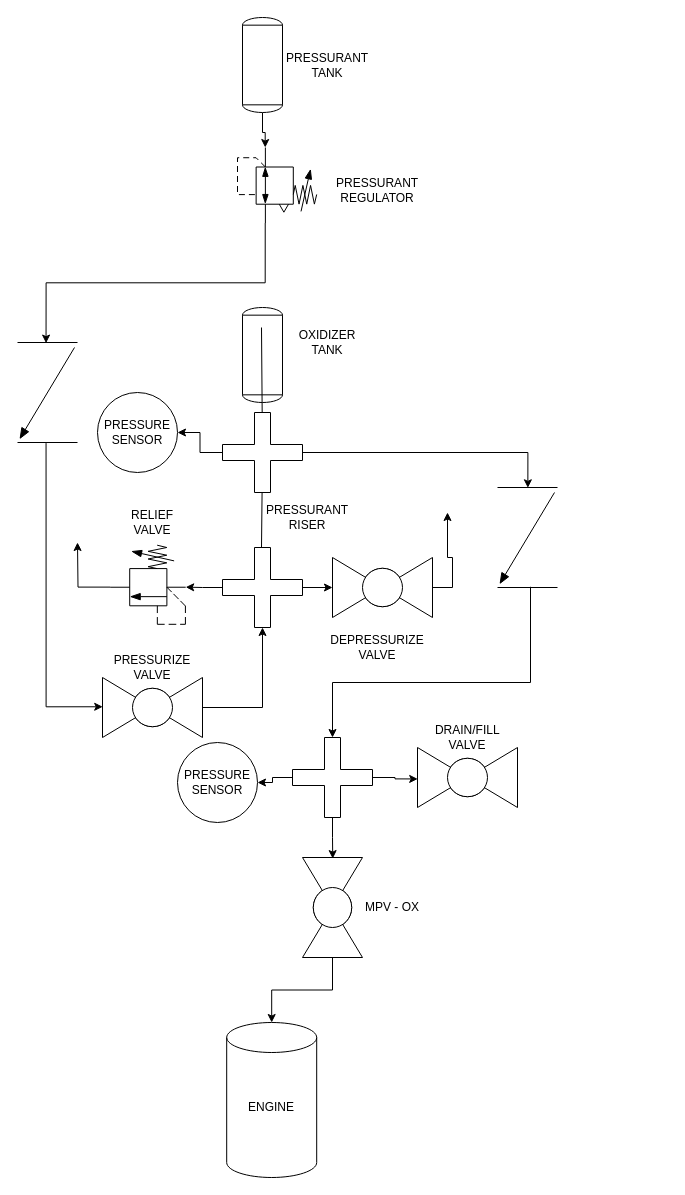
This is ZEPHYR-X1000.drawio from jaredhumphreys3141/ZEPHYR-X1000, a draw.io file, before an edit. Source tidied: cells renumbered, new cells numbered last; positions are measured from the earlier drawing's top-left corner, leaving out a move shared by most shapes. Both pictures are drawn from the tidied source at 100%, with x=0, y=0 at pixel (-3, 17).
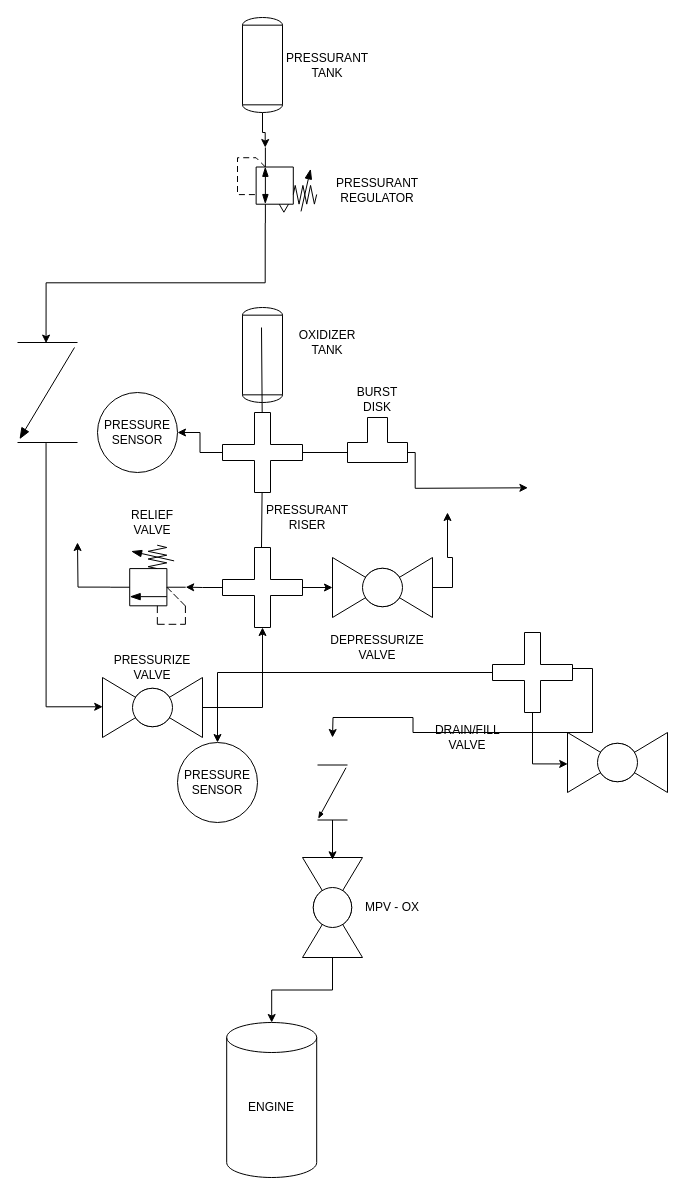
After the change.

Unchanged cells that the change refers to:
```xml
<mxCell id="14" style="verticalLabelPosition=bottom;align=center;html=1;verticalAlign=top;dashed=0;shape=mxgraph.pid2valves.valve;valveType=ball;rotation=-90;" parent="1" vertex="1">
  <mxGeometry x="285" y="860" width="100" height="60" as="geometry" />
</mxCell>
<mxCell id="40" style="shape=cross;whiteSpace=wrap;html=1;" parent="1" vertex="1">
  <mxGeometry x="225" y="395" width="80" height="80" as="geometry" />
</mxCell>
```

The edit, as a diff of the source:
```diff
@@
-    <mxCell id="10" style="edgeStyle=orthogonalEdgeStyle;rounded=0;jettySize=auto;html=1;entryX=0.003;entryY=0.494;entryDx=0;entryDy=0;entryPerimeter=0;exitX=1;exitY=0.5;exitDx=0;exitDy=0;exitPerimeter=0;" parent="1" edge="1" source="40" target="22">
-      <mxGeometry relative="1" as="geometry" />
+    <mxCell id="10" style="edgeStyle=orthogonalEdgeStyle;rounded=0;jettySize=auto;html=1;entryX=0.003;entryY=0.494;entryDx=0;entryDy=0;entryPerimeter=0;exitX=1;exitY=0.5;exitDx=0;exitDy=0;exitPerimeter=0;" parent="1" edge="1" source="40">
+      <mxGeometry relative="1" as="geometry">
+        <mxPoint x="530.4" y="470.3" as="targetPoint" />
+      </mxGeometry>
     </mxCell>
@@
     <mxCell id="19" style="verticalLabelPosition=bottom;align=center;html=1;verticalAlign=top;dashed=0;shape=mxgraph.pid2valves.valve;valveType=ball;rotation=0;" parent="1" vertex="1">
-      <mxGeometry x="420" y="730" width="100" height="60" as="geometry" />
+      <mxGeometry x="570" y="715" width="100" height="60" as="geometry" />
     </mxCell>
@@
-    <mxCell id="21" style="edgeStyle=orthogonalEdgeStyle;rounded=0;jettySize=auto;html=1;entryX=0;entryY=0;entryDx=80;entryDy=10;entryPerimeter=0;exitX=0.993;exitY=0.45;exitDx=0;exitDy=0;exitPerimeter=0;" parent="1" edge="1" source="22">
+    <mxCell id="21" style="edgeStyle=orthogonalEdgeStyle;rounded=0;jettySize=auto;html=1;entryX=0;entryY=0;entryDx=80;entryDy=10;entryPerimeter=0;exitX=0.993;exitY=0.45;exitDx=0;exitDy=0;exitPerimeter=0;" parent="1" edge="1" source="37">
       <mxGeometry relative="1" as="geometry">
         <mxPoint x="335" y="720" as="targetPoint" />
-        <Array as="points">
-          <mxPoint x="533" y="665" />
-          <mxPoint x="335" y="665" />
-        </Array>
       </mxGeometry>
     </mxCell>
-    <mxCell id="22" style="verticalLabelPosition=bottom;align=center;html=1;verticalAlign=top;dashed=0;shape=mxgraph.pid2valves.valve;valveType=check;rotation=90;" parent="1" vertex="1">
-      <mxGeometry x="480" y="490" width="100" height="60" as="geometry" />
-    </mxCell>
@@
-    <mxCell id="34" style="edgeStyle=orthogonalEdgeStyle;rounded=0;jettySize=auto;html=1;entryX=0.989;entryY=0.504;entryDx=0;entryDy=0;entryPerimeter=0;" parent="1" edge="1" source="37" target="14">
-      <mxGeometry relative="1" as="geometry" />
-    </mxCell>
@@
-    <mxCell id="37" style="shape=cross;whiteSpace=wrap;html=1;" parent="1" vertex="1">
-      <mxGeometry x="295" y="720" width="80" height="80" as="geometry" />
-    </mxCell>
@@
+    <mxCell id="50" value="&lt;div&gt;&lt;br&gt;&lt;/div&gt;BURST DISK" style="text;html=1;whiteSpace=wrap;strokeColor=none;fillColor=none;align=center;verticalAlign=middle;rounded=0;" parent="1" vertex="1">
+      <mxGeometry x="350" y="360" width="60" height="30" as="geometry" />
+    </mxCell>
+    <mxCell id="51" style="shape=tee;whiteSpace=wrap;html=1;rotation=-180;" parent="1" vertex="1">
+      <mxGeometry x="350" y="400" width="60" height="45" as="geometry" />
+    </mxCell>
+    <mxCell id="37" style="shape=cross;whiteSpace=wrap;html=1;" parent="1" vertex="1">
+      <mxGeometry x="495" y="615" width="80" height="80" as="geometry" />
+    </mxCell>
+    <mxCell id="52" style="edgeStyle=orthogonalEdgeStyle;rounded=0;jettySize=auto;html=1;entryX=0.977;entryY=0.5;entryDx=0;entryDy=0;entryPerimeter=0;" parent="1" edge="1" source="53" target="14">
+      <mxGeometry relative="1" as="geometry" />
+    </mxCell>
+    <mxCell id="53" style="verticalLabelPosition=bottom;align=center;html=1;verticalAlign=top;dashed=0;shape=mxgraph.pid2valves.valve;valveType=check;rotation=90;" parent="1" vertex="1">
+      <mxGeometry x="307.5" y="760" width="55" height="30" as="geometry" />
+    </mxCell>
```
